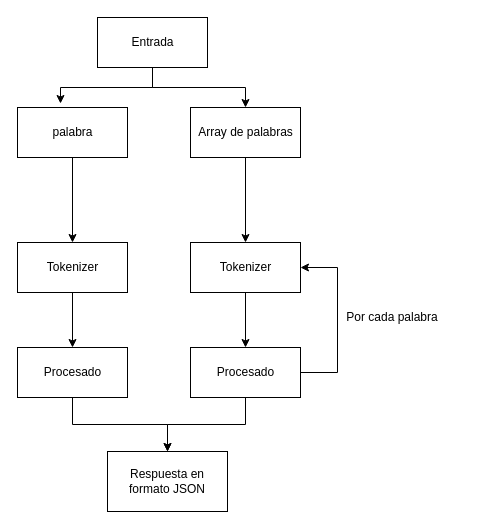
Before: Documentación/Imagenes/Bitmap/Diagramas/caracPala.drawio in NILGroup/TFG-1819-PictoTexto, a draw.io diagram. Source tidied: cells renumbered, new cells numbered last; positions are measured from the earlier drawing's top-left corner, leaving out a move shared by most shapes. Both pictures are drawn from the tidied source at 100%, with x=0, y=0 at pixel (17, 17).
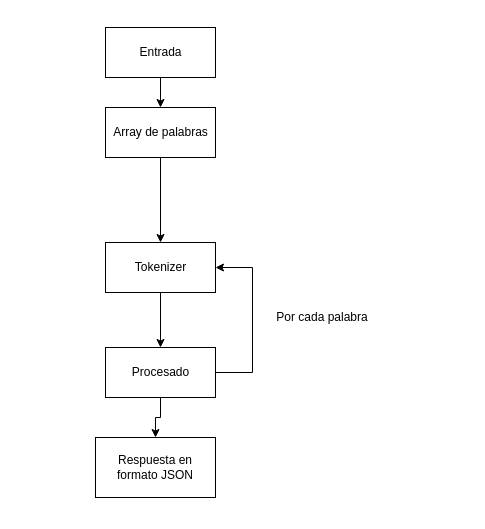
Above is the later version.

Diff of the diagram source:
```diff
@@
-    <mxCell id="3" style="edgeStyle=orthogonalEdgeStyle;rounded=0;jettySize=auto;html=1;entryX=0.391;entryY=-0.08;entryDx=0;entryDy=0;entryPerimeter=0;" parent="1" edge="1" source="4" target="6">
-      <mxGeometry relative="1" as="geometry" />
-    </mxCell>
     <mxCell id="4" value="Entrada&lt;br&gt;" style="html=1;" parent="1" vertex="1">
-      <mxGeometry x="80" width="110" height="50" as="geometry" />
+      <mxGeometry x="88" y="10" width="110" height="50" as="geometry" />
     </mxCell>
-    <mxCell id="5" style="edgeStyle=orthogonalEdgeStyle;rounded=0;jettySize=auto;html=1;" parent="1" edge="1" source="6" target="7">
-      <mxGeometry relative="1" as="geometry" />
-    </mxCell>
-    <mxCell id="6" value="palabra" style="html=1;" parent="1" vertex="1">
-      <mxGeometry y="90" width="110" height="50" as="geometry" />
-    </mxCell>
-    <mxCell id="7" value="Tokenizer&lt;br&gt;" style="html=1;" parent="1" vertex="1">
-      <mxGeometry y="225" width="110" height="50" as="geometry" />
-    </mxCell>
-    <mxCell id="8" style="edgeStyle=orthogonalEdgeStyle;rounded=0;jettySize=auto;html=1;" parent="1" edge="1" source="9" target="13">
-      <mxGeometry relative="1" as="geometry" />
-    </mxCell>
-    <mxCell id="9" value="Procesado" style="html=1;" parent="1" vertex="1">
-      <mxGeometry y="330" width="110" height="50" as="geometry" />
-    </mxCell>
-    <mxCell id="10" style="edgeStyle=orthogonalEdgeStyle;rounded=0;jettySize=auto;html=1;exitX=0.5;exitY=1;exitDx=0;exitDy=0;entryX=0.5;entryY=0;entryDx=0;entryDy=0;" parent="1" edge="1" source="7" target="9">
-      <mxGeometry relative="1" as="geometry" />
-    </mxCell>
@@
     <mxCell id="12" value="Array de palabras" style="html=1;" parent="1" vertex="1">
-      <mxGeometry x="173" y="90" width="110" height="50" as="geometry" />
+      <mxGeometry x="88" y="90" width="110" height="50" as="geometry" />
     </mxCell>
     <mxCell id="13" value="Respuesta en formato JSON" style="rounded=0;whiteSpace=wrap;html=1;" parent="1" vertex="1">
-      <mxGeometry x="90" y="434" width="120" height="60" as="geometry" />
+      <mxGeometry x="78" y="420" width="120" height="60" as="geometry" />
     </mxCell>
     <mxCell id="14" value="Tokenizer&lt;br&gt;" style="html=1;" parent="1" vertex="1">
-      <mxGeometry x="173" y="225" width="110" height="50" as="geometry" />
+      <mxGeometry x="88" y="225" width="110" height="50" as="geometry" />
     </mxCell>
-    <mxCell id="15" style="edgeStyle=orthogonalEdgeStyle;rounded=0;jettySize=auto;html=1;exitX=0.5;exitY=1;exitDx=0;exitDy=0;" parent="1" edge="1" source="17" target="13">
+    <mxCell id="15" style="edgeStyle=orthogonalEdgeStyle;rounded=0;jettySize=auto;html=1;exitX=0.5;exitY=1;exitDx=0;exitDy=0;entryX=0.5;entryY=0;entryDx=0;entryDy=0;" parent="1" edge="1" source="17" target="13">
       <mxGeometry relative="1" as="geometry" />
     </mxCell>
     <mxCell id="16" style="edgeStyle=orthogonalEdgeStyle;rounded=0;jettySize=auto;html=1;entryX=1;entryY=0.5;entryDx=0;entryDy=0;exitX=1;exitY=0.5;exitDx=0;exitDy=0;" parent="1" edge="1" source="17" target="14">
       <mxGeometry relative="1" as="geometry">
         <Array as="points">
-          <mxPoint x="320" y="355" />
-          <mxPoint x="320" y="250" />
+          <mxPoint x="235" y="355" />
+          <mxPoint x="235" y="250" />
         </Array>
       </mxGeometry>
     </mxCell>
     <mxCell id="17" value="Procesado" style="html=1;" parent="1" vertex="1">
-      <mxGeometry x="173" y="330" width="110" height="50" as="geometry" />
+      <mxGeometry x="88" y="330" width="110" height="50" as="geometry" />
     </mxCell>
@@
     <mxCell id="19" value="Por cada palabra" style="text;html=1;strokeColor=none;fillColor=none;align=center;verticalAlign=middle;whiteSpace=wrap;rounded=0;" parent="1" vertex="1">
-      <mxGeometry x="300" y="290" width="150" height="20" as="geometry" />
+      <mxGeometry x="230" y="290" width="150" height="20" as="geometry" />
     </mxCell>
```
